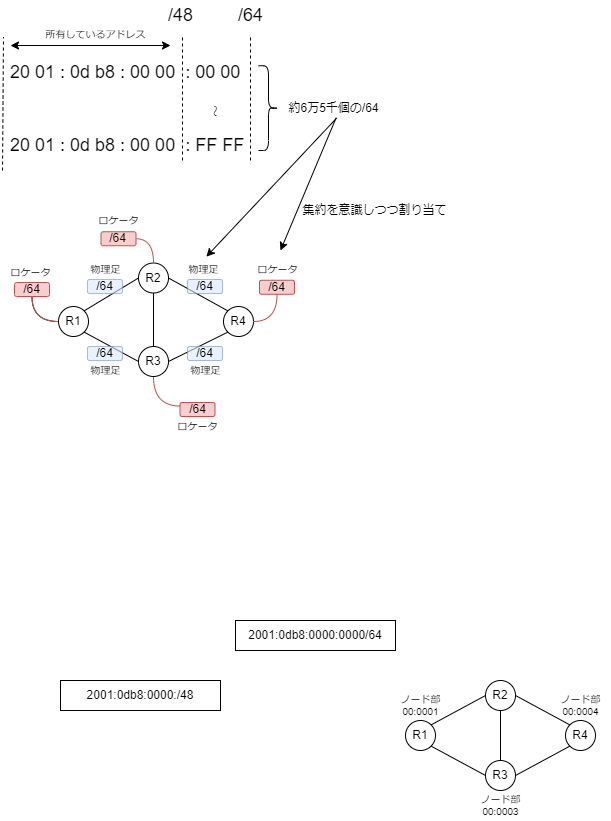
This is doc/img/fig_6_2.drawio.png from takamitsu-iida/srv6-guide, a draw.io export, as it was before one commit. Source tidied: cells renumbered, new cells last; positions are measured from the earlier drawing's top-left corner, leaving out a move shared by most shapes. Its diagram source:
```xml
<mxGraphModel>
  <root>
    <mxCell id="0" />
    <mxCell id="1" parent="0" />
    <mxCell id="2" style="html=1;exitX=1;exitY=0;exitDx=0;exitDy=0;entryX=0;entryY=0.5;entryDx=0;entryDy=0;endArrow=none;endFill=0;" parent="1" edge="1" source="4" target="5">
      <mxGeometry relative="1" as="geometry" />
    </mxCell>
    <mxCell id="3" style="edgeStyle=orthogonalEdgeStyle;curved=1;html=1;endArrow=none;endFill=0;" parent="1" edge="1" source="4" target="43">
      <mxGeometry relative="1" as="geometry" />
    </mxCell>
    <mxCell id="4" value="R1" style="ellipse;whiteSpace=wrap;html=1;" parent="1" vertex="1">
      <mxGeometry x="58" y="306" width="30" height="30" as="geometry" />
    </mxCell>
    <mxCell id="5" value="R2" style="ellipse;whiteSpace=wrap;html=1;" parent="1" vertex="1">
      <mxGeometry x="138" y="262.5" width="30" height="30" as="geometry" />
    </mxCell>
    <mxCell id="6" value="R3" style="ellipse;whiteSpace=wrap;html=1;" parent="1" vertex="1">
      <mxGeometry x="138" y="346" width="30" height="30" as="geometry" />
    </mxCell>
    <mxCell id="7" value="R4" style="ellipse;whiteSpace=wrap;html=1;" parent="1" vertex="1">
      <mxGeometry x="223" y="306" width="30" height="30" as="geometry" />
    </mxCell>
    <mxCell id="8" style="html=1;endArrow=none;endFill=0;entryX=0;entryY=0;entryDx=0;entryDy=0;exitX=1;exitY=0.5;exitDx=0;exitDy=0;" parent="1" edge="1" source="5" target="7">
      <mxGeometry relative="1" as="geometry" />
    </mxCell>
    <mxCell id="9" style="html=1;exitX=0.5;exitY=0;exitDx=0;exitDy=0;entryX=0.5;entryY=1;entryDx=0;entryDy=0;endArrow=none;endFill=0;" parent="1" edge="1" source="6" target="5">
      <mxGeometry relative="1" as="geometry" />
    </mxCell>
    <mxCell id="10" style="html=1;endArrow=none;endFill=0;exitX=1;exitY=0.5;exitDx=0;exitDy=0;entryX=0;entryY=1;entryDx=0;entryDy=0;" parent="1" edge="1" source="6" target="7">
      <mxGeometry relative="1" as="geometry" />
    </mxCell>
    <mxCell id="11" style="html=1;endArrow=none;endFill=0;exitX=0;exitY=0.5;exitDx=0;exitDy=0;entryX=1;entryY=1;entryDx=0;entryDy=0;" parent="1" edge="1" source="6" target="4">
      <mxGeometry relative="1" as="geometry" />
    </mxCell>
    <mxCell id="12" value="ロケータ" style="text;html=1;align=center;verticalAlign=middle;strokeColor=none;fillColor=none;fontSize=10;" parent="1" vertex="1">
      <mxGeometry x="88" y="210" width="60" height="20" as="geometry" />
    </mxCell>
    <mxCell id="13" style="html=1;exitX=1;exitY=0;exitDx=0;exitDy=0;entryX=0;entryY=0.5;entryDx=0;entryDy=0;endArrow=none;endFill=0;" parent="1" edge="1" source="14" target="15">
      <mxGeometry relative="1" as="geometry" />
    </mxCell>
    <mxCell id="14" value="R1" style="ellipse;whiteSpace=wrap;html=1;" parent="1" vertex="1">
      <mxGeometry x="405" y="720" width="30" height="30" as="geometry" />
    </mxCell>
    <mxCell id="15" value="R2" style="ellipse;whiteSpace=wrap;html=1;" parent="1" vertex="1">
      <mxGeometry x="485" y="680" width="30" height="30" as="geometry" />
    </mxCell>
    <mxCell id="16" value="R3" style="ellipse;whiteSpace=wrap;html=1;" parent="1" vertex="1">
      <mxGeometry x="485" y="760" width="30" height="30" as="geometry" />
    </mxCell>
    <mxCell id="17" value="R4" style="ellipse;whiteSpace=wrap;html=1;" parent="1" vertex="1">
      <mxGeometry x="565" y="720" width="30" height="30" as="geometry" />
    </mxCell>
    <mxCell id="18" style="html=1;endArrow=none;endFill=0;entryX=0;entryY=0;entryDx=0;entryDy=0;exitX=1;exitY=0.5;exitDx=0;exitDy=0;" parent="1" edge="1" source="15" target="17">
      <mxGeometry relative="1" as="geometry" />
    </mxCell>
    <mxCell id="19" style="html=1;exitX=0.5;exitY=0;exitDx=0;exitDy=0;entryX=0.5;entryY=1;entryDx=0;entryDy=0;endArrow=none;endFill=0;" parent="1" edge="1" source="16" target="15">
      <mxGeometry relative="1" as="geometry" />
    </mxCell>
    <mxCell id="20" style="html=1;endArrow=none;endFill=0;exitX=1;exitY=0.5;exitDx=0;exitDy=0;entryX=0;entryY=1;entryDx=0;entryDy=0;" parent="1" edge="1" source="16" target="17">
      <mxGeometry relative="1" as="geometry" />
    </mxCell>
    <mxCell id="21" style="html=1;endArrow=none;endFill=0;exitX=0;exitY=0.5;exitDx=0;exitDy=0;entryX=1;entryY=1;entryDx=0;entryDy=0;" parent="1" edge="1" source="16" target="14">
      <mxGeometry relative="1" as="geometry" />
    </mxCell>
    <mxCell id="22" value="ノード部&lt;br&gt;00:0001" style="text;html=1;align=center;verticalAlign=middle;strokeColor=none;fillColor=none;fontSize=10;" parent="1" vertex="1">
      <mxGeometry x="390" y="690" width="60" height="30" as="geometry" />
    </mxCell>
    <mxCell id="23" value="ノード部&lt;br&gt;00:0003" style="text;html=1;align=center;verticalAlign=middle;strokeColor=none;fillColor=none;fontSize=10;" parent="1" vertex="1">
      <mxGeometry x="470" y="790" width="60" height="30" as="geometry" />
    </mxCell>
    <mxCell id="24" value="ノード部&lt;br&gt;00:0004" style="text;html=1;align=center;verticalAlign=middle;strokeColor=none;fillColor=none;fontSize=10;" parent="1" vertex="1">
      <mxGeometry x="550" y="690" width="60" height="30" as="geometry" />
    </mxCell>
    <mxCell id="25" value="2001:0db8:0000:/48" style="rounded=0;whiteSpace=wrap;html=1;" parent="1" vertex="1">
      <mxGeometry x="60" y="680" width="160" height="30" as="geometry" />
    </mxCell>
    <mxCell id="26" value="2001:0db8:0000:0000/64" style="rounded=0;whiteSpace=wrap;html=1;" parent="1" vertex="1">
      <mxGeometry x="235" y="620" width="160" height="30" as="geometry" />
    </mxCell>
    <mxCell id="27" value="20 01 : 0d b8 : 00 00&amp;nbsp; : 00 00" style="text;html=1;align=left;verticalAlign=middle;strokeColor=none;fillColor=none;fontSize=18;" parent="1" vertex="1">
      <mxGeometry x="8" y="56.5" width="250" height="30" as="geometry" />
    </mxCell>
    <mxCell id="28" style="endArrow=none;dashed=1;html=1;fontSize=18;" parent="1" edge="1">
      <mxGeometry relative="1" as="geometry">
        <mxPoint x="2" y="170" as="sourcePoint" />
        <mxPoint x="3" y="36.5" as="targetPoint" />
      </mxGeometry>
    </mxCell>
    <mxCell id="29" style="endArrow=none;dashed=1;html=1;fontSize=18;" parent="1" edge="1">
      <mxGeometry relative="1" as="geometry">
        <mxPoint x="182" y="160" as="sourcePoint" />
        <mxPoint x="182" y="35" as="targetPoint" />
      </mxGeometry>
    </mxCell>
    <mxCell id="30" value="/48" style="text;html=1;align=center;verticalAlign=middle;strokeColor=none;fillColor=none;fontSize=18;" parent="1" vertex="1">
      <mxGeometry x="160" width="40" height="30" as="geometry" />
    </mxCell>
    <mxCell id="31" style="endArrow=none;dashed=1;html=1;fontSize=18;" parent="1" edge="1">
      <mxGeometry relative="1" as="geometry">
        <mxPoint x="250" y="160" as="sourcePoint" />
        <mxPoint x="250" y="34" as="targetPoint" />
      </mxGeometry>
    </mxCell>
    <mxCell id="32" value="/64" style="text;html=1;align=center;verticalAlign=middle;strokeColor=none;fillColor=none;fontSize=18;" parent="1" vertex="1">
      <mxGeometry x="230" width="40" height="30" as="geometry" />
    </mxCell>
    <mxCell id="33" value="所有しているアドレス" style="text;html=1;align=center;verticalAlign=middle;strokeColor=none;fillColor=none;fontSize=10;" parent="1" vertex="1">
      <mxGeometry x="35" y="24" width="120" height="20" as="geometry" />
    </mxCell>
    <mxCell id="34" style="endArrow=classic;startArrow=classic;html=1;fontSize=10;" parent="1" edge="1">
      <mxGeometry relative="1" as="geometry">
        <mxPoint x="10" y="45" as="sourcePoint" />
        <mxPoint x="170" y="45" as="targetPoint" />
      </mxGeometry>
    </mxCell>
    <mxCell id="35" value="20 01 : 0d b8 : 00 00&amp;nbsp; : FF FF" style="text;html=1;align=left;verticalAlign=middle;strokeColor=none;fillColor=none;fontSize=18;" parent="1" vertex="1">
      <mxGeometry x="8" y="130" width="250" height="30" as="geometry" />
    </mxCell>
    <mxCell id="36" value="～" style="text;html=1;align=center;verticalAlign=middle;strokeColor=none;fillColor=none;rotation=90;" parent="1" vertex="1">
      <mxGeometry x="200" y="100" width="30" height="20" as="geometry" />
    </mxCell>
    <mxCell id="37" value="/64" style="rounded=1;whiteSpace=wrap;html=1;fillColor=#dae8fc;opacity=60;strokeColor=#6c8ebf;" parent="1" vertex="1">
      <mxGeometry x="87" y="279" width="35" height="14" as="geometry" />
    </mxCell>
    <mxCell id="38" value="/64" style="rounded=1;whiteSpace=wrap;html=1;fillColor=#dae8fc;opacity=60;strokeColor=#6c8ebf;" parent="1" vertex="1">
      <mxGeometry x="87" y="346" width="35" height="14" as="geometry" />
    </mxCell>
    <mxCell id="39" value="/64" style="rounded=1;whiteSpace=wrap;html=1;fillColor=#dae8fc;opacity=60;strokeColor=#6c8ebf;" parent="1" vertex="1">
      <mxGeometry x="187" y="346" width="35" height="14" as="geometry" />
    </mxCell>
    <mxCell id="40" value="/64" style="rounded=1;whiteSpace=wrap;html=1;fillColor=#dae8fc;opacity=60;strokeColor=#6c8ebf;" parent="1" vertex="1">
      <mxGeometry x="187" y="279" width="35" height="14" as="geometry" />
    </mxCell>
    <mxCell id="41" style="edgeStyle=orthogonalEdgeStyle;curved=1;html=1;exitX=1;exitY=0.5;exitDx=0;exitDy=0;entryX=0.5;entryY=0;entryDx=0;entryDy=0;endArrow=none;endFill=0;fillColor=#f8cecc;strokeColor=#b85450;strokeWidth=1;" parent="1" edge="1" source="42" target="5">
      <mxGeometry relative="1" as="geometry" />
    </mxCell>
    <mxCell id="42" value="/64" style="rounded=1;whiteSpace=wrap;html=1;fillColor=#f8cecc;strokeColor=#b85450;" parent="1" vertex="1">
      <mxGeometry x="100.5" y="231.2" width="35" height="14" as="geometry" />
    </mxCell>
    <mxCell id="43" value="/64" style="rounded=1;whiteSpace=wrap;html=1;fillColor=#f8cecc;strokeColor=#b85450;" parent="1" vertex="1">
      <mxGeometry x="14" y="282" width="35" height="14" as="geometry" />
    </mxCell>
    <mxCell id="44" value="ロケータ" style="text;html=1;align=center;verticalAlign=middle;strokeColor=none;fillColor=none;fontSize=10;" parent="1" vertex="1">
      <mxGeometry y="261.5" width="60" height="20" as="geometry" />
    </mxCell>
    <mxCell id="45" value="/64" style="rounded=1;whiteSpace=wrap;html=1;fillColor=#f8cecc;strokeColor=#b85450;" parent="1" vertex="1">
      <mxGeometry x="259" y="279.8" width="35" height="14" as="geometry" />
    </mxCell>
    <mxCell id="46" value="ロケータ" style="text;html=1;align=center;verticalAlign=middle;strokeColor=none;fillColor=none;fontSize=10;" parent="1" vertex="1">
      <mxGeometry x="246.5" y="259" width="60" height="20" as="geometry" />
    </mxCell>
    <mxCell id="47" value="/64" style="rounded=1;whiteSpace=wrap;html=1;fillColor=#f8cecc;strokeColor=#b85450;" parent="1" vertex="1">
      <mxGeometry x="179.5" y="402" width="35" height="14" as="geometry" />
    </mxCell>
    <mxCell id="48" value="ロケータ" style="text;html=1;align=center;verticalAlign=middle;strokeColor=none;fillColor=none;fontSize=10;" parent="1" vertex="1">
      <mxGeometry x="167" y="416" width="60" height="20" as="geometry" />
    </mxCell>
    <mxCell id="49" style="edgeStyle=orthogonalEdgeStyle;curved=1;html=1;exitX=0.5;exitY=1;exitDx=0;exitDy=0;entryX=0;entryY=0.5;entryDx=0;entryDy=0;endArrow=none;endFill=0;fillColor=#f8cecc;strokeColor=#b85450;strokeWidth=1;" parent="1" edge="1" source="43" target="4">
      <mxGeometry relative="1" as="geometry" />
    </mxCell>
    <mxCell id="50" value="物理足" style="text;html=1;align=center;verticalAlign=middle;strokeColor=none;fillColor=none;fontSize=10;" parent="1" vertex="1">
      <mxGeometry x="79.5" y="259" width="50" height="20" as="geometry" />
    </mxCell>
    <mxCell id="51" value="物理足" style="text;html=1;align=center;verticalAlign=middle;strokeColor=none;fillColor=none;fontSize=10;" parent="1" vertex="1">
      <mxGeometry x="79.5" y="360" width="50" height="20" as="geometry" />
    </mxCell>
    <mxCell id="52" value="物理足" style="text;html=1;align=center;verticalAlign=middle;strokeColor=none;fillColor=none;fontSize=10;" parent="1" vertex="1">
      <mxGeometry x="179.5" y="360" width="50" height="20" as="geometry" />
    </mxCell>
    <mxCell id="53" value="物理足" style="text;html=1;align=center;verticalAlign=middle;points=[];strokeColor=none;fillColor=none;fontSize=10;" parent="1" vertex="1">
      <mxGeometry x="178" y="259" width="50" height="20" as="geometry" />
    </mxCell>
    <mxCell id="54" style="edgeStyle=orthogonalEdgeStyle;curved=1;html=1;exitX=0.5;exitY=1;exitDx=0;exitDy=0;entryX=1;entryY=0.5;entryDx=0;entryDy=0;endArrow=none;endFill=0;fillColor=#f8cecc;strokeColor=#b85450;strokeWidth=1;" parent="1" edge="1" source="45" target="7">
      <mxGeometry relative="1" as="geometry" />
    </mxCell>
    <mxCell id="55" style="edgeStyle=orthogonalEdgeStyle;curved=1;html=1;exitX=0.5;exitY=1;exitDx=0;exitDy=0;entryX=0;entryY=0.25;entryDx=0;entryDy=0;endArrow=none;endFill=0;fillColor=#f8cecc;strokeColor=#b85450;strokeWidth=1;" parent="1" edge="1" source="6" target="47">
      <mxGeometry relative="1" as="geometry" />
    </mxCell>
    <mxCell id="56" style="shape=curlyBracket;whiteSpace=wrap;html=1;rounded=1;flipH=1;fillColor=#0000FF;" parent="1" vertex="1">
      <mxGeometry x="258" y="65.2" width="20" height="84.8" as="geometry" />
    </mxCell>
    <mxCell id="57" value="約6万5千個の/64" style="text;html=1;align=center;verticalAlign=middle;points=[];strokeColor=none;fillColor=none;" parent="1" vertex="1">
      <mxGeometry x="278" y="98.2" width="110" height="20" as="geometry" />
    </mxCell>
    <mxCell id="58" style="endArrow=classic;html=1;strokeWidth=1;curved=1;exitX=0.523;exitY=0.965;exitDx=0;exitDy=0;exitPerimeter=0;" parent="1" edge="1" source="57">
      <mxGeometry relative="1" as="geometry">
        <mxPoint x="280" y="250" as="targetPoint" />
      </mxGeometry>
    </mxCell>
    <mxCell id="59" style="endArrow=classic;html=1;strokeWidth=1;curved=1;exitX=0.529;exitY=0.965;exitDx=0;exitDy=0;exitPerimeter=0;entryX=0.557;entryY=-0.141;entryDx=0;entryDy=0;entryPerimeter=0;" parent="1" edge="1" source="57" target="53">
      <mxGeometry relative="1" as="geometry" />
    </mxCell>
    <mxCell id="60" value="集約を意識しつつ割り当て" style="text;html=1;align=center;verticalAlign=middle;strokeColor=none;fillColor=none;" parent="1" vertex="1">
      <mxGeometry x="294" y="200" width="160" height="20" as="geometry" />
    </mxCell>
  </root>
</mxGraphModel>
```
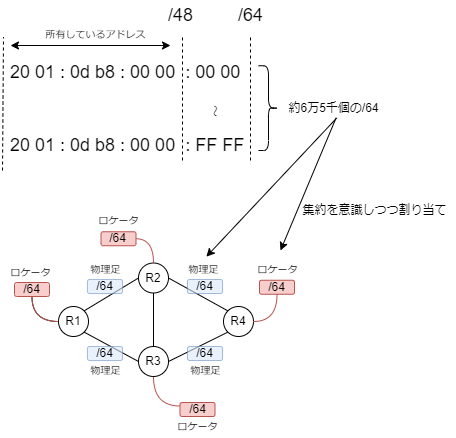
Above is the later version.

The edit, as a diff of the source:
```diff
@@ -35,48 +35,6 @@
     <mxCell id="12" value="ロケータ" style="text;html=1;align=center;verticalAlign=middle;strokeColor=none;fillColor=none;fontSize=10;" parent="1" vertex="1">
       <mxGeometry x="88" y="210" width="60" height="20" as="geometry" />
     </mxCell>
-    <mxCell id="13" style="html=1;exitX=1;exitY=0;exitDx=0;exitDy=0;entryX=0;entryY=0.5;entryDx=0;entryDy=0;endArrow=none;endFill=0;" parent="1" edge="1" source="14" target="15">
-      <mxGeometry relative="1" as="geometry" />
-    </mxCell>
-    <mxCell id="14" value="R1" style="ellipse;whiteSpace=wrap;html=1;" parent="1" vertex="1">
-      <mxGeometry x="405" y="720" width="30" height="30" as="geometry" />
-    </mxCell>
-    <mxCell id="15" value="R2" style="ellipse;whiteSpace=wrap;html=1;" parent="1" vertex="1">
-      <mxGeometry x="485" y="680" width="30" height="30" as="geometry" />
-    </mxCell>
-    <mxCell id="16" value="R3" style="ellipse;whiteSpace=wrap;html=1;" parent="1" vertex="1">
-      <mxGeometry x="485" y="760" width="30" height="30" as="geometry" />
-    </mxCell>
-    <mxCell id="17" value="R4" style="ellipse;whiteSpace=wrap;html=1;" parent="1" vertex="1">
-      <mxGeometry x="565" y="720" width="30" height="30" as="geometry" />
-    </mxCell>
-    <mxCell id="18" style="html=1;endArrow=none;endFill=0;entryX=0;entryY=0;entryDx=0;entryDy=0;exitX=1;exitY=0.5;exitDx=0;exitDy=0;" parent="1" edge="1" source="15" target="17">
-      <mxGeometry relative="1" as="geometry" />
-    </mxCell>
-    <mxCell id="19" style="html=1;exitX=0.5;exitY=0;exitDx=0;exitDy=0;entryX=0.5;entryY=1;entryDx=0;entryDy=0;endArrow=none;endFill=0;" parent="1" edge="1" source="16" target="15">
-      <mxGeometry relative="1" as="geometry" />
-    </mxCell>
-    <mxCell id="20" style="html=1;endArrow=none;endFill=0;exitX=1;exitY=0.5;exitDx=0;exitDy=0;entryX=0;entryY=1;entryDx=0;entryDy=0;" parent="1" edge="1" source="16" target="17">
-      <mxGeometry relative="1" as="geometry" />
-    </mxCell>
-    <mxCell id="21" style="html=1;endArrow=none;endFill=0;exitX=0;exitY=0.5;exitDx=0;exitDy=0;entryX=1;entryY=1;entryDx=0;entryDy=0;" parent="1" edge="1" source="16" target="14">
-      <mxGeometry relative="1" as="geometry" />
-    </mxCell>
-    <mxCell id="22" value="ノード部&lt;br&gt;00:0001" style="text;html=1;align=center;verticalAlign=middle;strokeColor=none;fillColor=none;fontSize=10;" parent="1" vertex="1">
-      <mxGeometry x="390" y="690" width="60" height="30" as="geometry" />
-    </mxCell>
-    <mxCell id="23" value="ノード部&lt;br&gt;00:0003" style="text;html=1;align=center;verticalAlign=middle;strokeColor=none;fillColor=none;fontSize=10;" parent="1" vertex="1">
-      <mxGeometry x="470" y="790" width="60" height="30" as="geometry" />
-    </mxCell>
-    <mxCell id="24" value="ノード部&lt;br&gt;00:0004" style="text;html=1;align=center;verticalAlign=middle;strokeColor=none;fillColor=none;fontSize=10;" parent="1" vertex="1">
-      <mxGeometry x="550" y="690" width="60" height="30" as="geometry" />
-    </mxCell>
-    <mxCell id="25" value="2001:0db8:0000:/48" style="rounded=0;whiteSpace=wrap;html=1;" parent="1" vertex="1">
-      <mxGeometry x="60" y="680" width="160" height="30" as="geometry" />
-    </mxCell>
-    <mxCell id="26" value="2001:0db8:0000:0000/64" style="rounded=0;whiteSpace=wrap;html=1;" parent="1" vertex="1">
-      <mxGeometry x="235" y="620" width="160" height="30" as="geometry" />
-    </mxCell>
     <mxCell id="27" value="20 01 : 0d b8 : 00 00&amp;nbsp; : 00 00" style="text;html=1;align=left;verticalAlign=middle;strokeColor=none;fillColor=none;fontSize=18;" parent="1" vertex="1">
       <mxGeometry x="8" y="56.5" width="250" height="30" as="geometry" />
     </mxCell>
```
